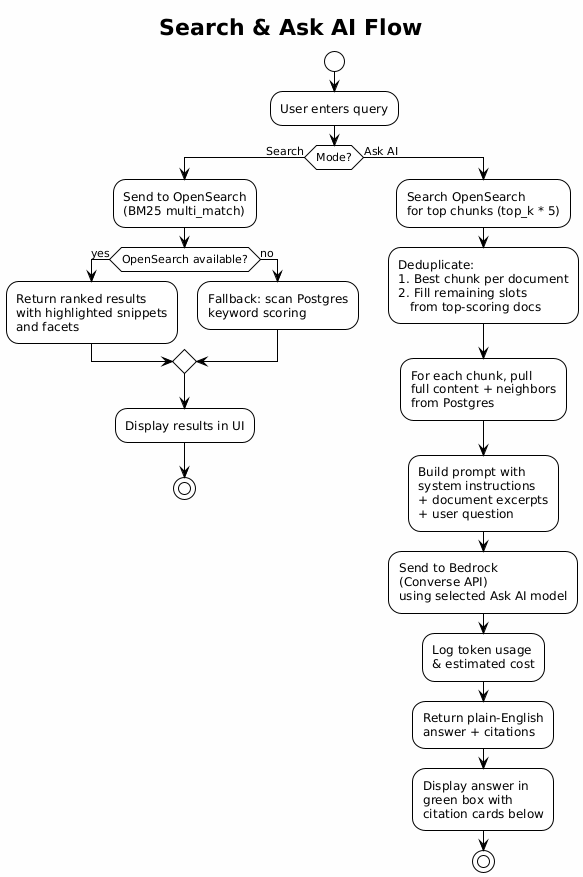
The PlantUML diagram docs/diagrams/search_ask.png in vampireLibrarianMonk/document_search, before a commit. Source of this version:
```plantuml
@startuml search_ask
!theme plain
skinparam backgroundColor #FEFEFE

title Search & Ask AI Flow

start

:User enters query;

if (Mode?) then (Search)
  :Send to OpenSearch\n(BM25 multi_match);

  if (OpenSearch available?) then (yes)
    :Return ranked results\nwith highlighted snippets\nand facets;
  else (no)
    :Fallback: scan Postgres\nkeyword scoring;
  endif

  :Display results in UI;
  stop

else (Ask AI)
  :Search OpenSearch\nfor top chunks (top_k * 5);

  :Deduplicate:\n1. Best chunk per document\n2. Fill remaining slots\n   from top-scoring docs;

  :For each chunk, pull\nfull content + neighbors\nfrom Postgres;

  :Build prompt with\nsystem instructions\n+ document excerpts\n+ user question;

  :Send to Bedrock\n(Converse API)\nusing selected Ask AI model;

  :Log token usage\n& estimated cost;

  :Return plain-English\nanswer + citations;

  :Display answer in\ngreen box with\ncitation cards below;
  stop

endif
@enduml
```
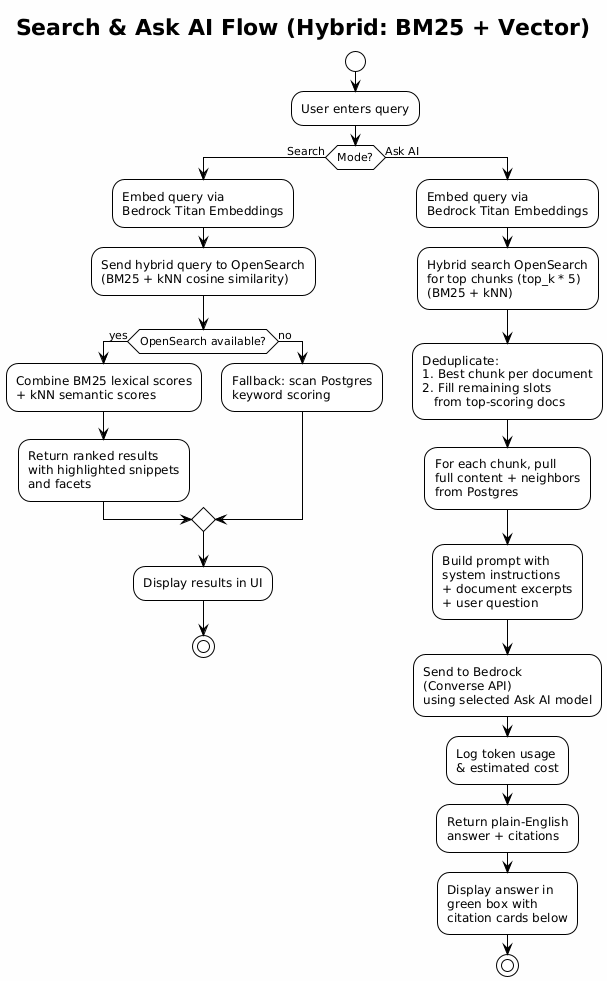
After the change.

Diff of the diagram source:
```diff
@@ -2,16 +2,19 @@
 !theme plain
 skinparam backgroundColor #FEFEFE
 
-title Search & Ask AI Flow
+title Search & Ask AI Flow (Hybrid: BM25 + Vector)
 
 start
 
 :User enters query;
 
 if (Mode?) then (Search)
-  :Send to OpenSearch\n(BM25 multi_match);
+  :Embed query via\nBedrock Titan Embeddings;
+
+  :Send hybrid query to OpenSearch\n(BM25 + kNN cosine similarity);
 
   if (OpenSearch available?) then (yes)
+    :Combine BM25 lexical scores\n+ kNN semantic scores;
     :Return ranked results\nwith highlighted snippets\nand facets;
   else (no)
     :Fallback: scan Postgres\nkeyword scoring;
@@ -21,7 +24,9 @@
   stop
 
 else (Ask AI)
-  :Search OpenSearch\nfor top chunks (top_k * 5);
+  :Embed query via\nBedrock Titan Embeddings;
+
+  :Hybrid search OpenSearch\nfor top chunks (top_k * 5)\n(BM25 + kNN);
 
   :Deduplicate:\n1. Best chunk per document\n2. Fill remaining slots\n   from top-scoring docs;
 
```
